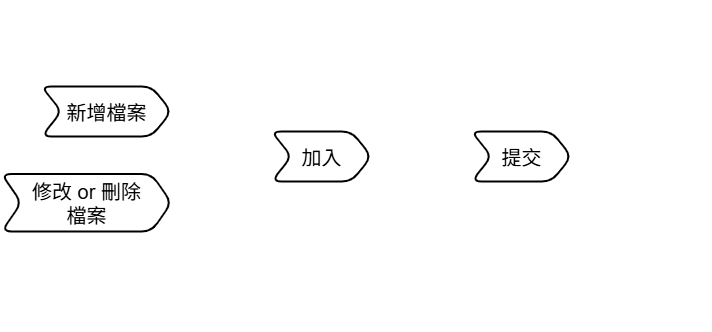
The draw.io diagram images/file_status.png in Li732375/git_note, before a commit. Source tidied: cells renumbered, new cells last; positions are measured from the earlier drawing's top-left corner, leaving out a move shared by most shapes.
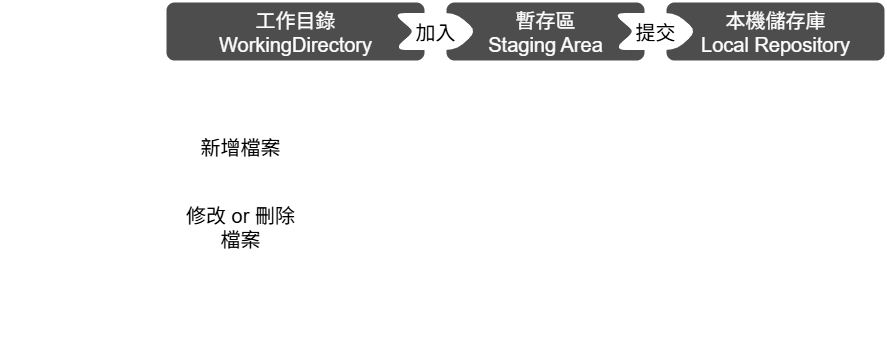
Above is the later version.

The edit, as a diff of the source:
```diff
@@ -2,41 +2,53 @@
   <root>
     <mxCell id="0" />
     <mxCell id="1" parent="0" />
-    <mxCell id="2" value="&lt;font style=&quot;font-size: 20px;&quot;&gt;工作目錄&lt;/font&gt;&lt;div&gt;&lt;font style=&quot;font-size: 20px;&quot;&gt;WorkingDirectory&lt;/font&gt;&lt;/div&gt;" style="rounded=1;whiteSpace=wrap;html=1;strokeWidth=2;fontColor=light-dark(#FFFFFF,#FFFFFF);strokeColor=light-dark(#FFFFFF,#FFFFFF);fillColor=none;" parent="1" vertex="1">
-      <mxGeometry x="40" width="270" height="60" as="geometry" />
+    <mxCell id="2" value="&lt;font style=&quot;font-size: 20px;&quot;&gt;工作目錄&lt;/font&gt;&lt;div&gt;&lt;font style=&quot;font-size: 20px;&quot;&gt;WorkingDirectory&lt;/font&gt;&lt;/div&gt;" style="rounded=1;whiteSpace=wrap;html=1;strokeWidth=2;fillColor=light-dark(#4D4D4D,#4D4D4D);fontColor=light-dark(#FFFFFF,#FFFFFF);strokeColor=light-dark(#FFFFFF,#FFFFFF);" parent="1" vertex="1">
+      <mxGeometry x="80" y="-60" width="260" height="60" as="geometry" />
     </mxCell>
-    <mxCell id="3" value="&lt;div&gt;&lt;span style=&quot;font-size: 20px;&quot;&gt;暫存區&lt;/span&gt;&lt;/div&gt;&lt;span style=&quot;font-size: 20px;&quot;&gt;Staging Area&lt;/span&gt;" style="rounded=1;whiteSpace=wrap;html=1;strokeWidth=2;fontColor=light-dark(#FFFFFF,#FFFFFF);strokeColor=light-dark(#FFFFFF,#FFFFFF);fillColor=none;" parent="1" vertex="1">
-      <mxGeometry x="320" width="190" height="60" as="geometry" />
+    <mxCell id="3" value="&lt;span style=&quot;font-size: 20px;&quot;&gt;暫存區&lt;/span&gt;&lt;div&gt;&lt;span style=&quot;font-size: 20px;&quot;&gt;Staging Area&lt;/span&gt;&lt;/div&gt;" style="rounded=1;whiteSpace=wrap;html=1;strokeWidth=2;fillColor=light-dark(#4D4D4D,#4D4D4D);fontColor=light-dark(#FFFFFF,#FFFFFF);strokeColor=light-dark(#FFFFFF,#FFFFFF);" parent="1" vertex="1">
+      <mxGeometry x="360" y="-60" width="200" height="60" as="geometry" />
     </mxCell>
-    <mxCell id="4" value="&lt;div&gt;&lt;span style=&quot;font-size: 20px;&quot;&gt;本機儲存庫&lt;/span&gt;&lt;/div&gt;&lt;span style=&quot;font-size: 20px;&quot;&gt;Local Repository&lt;/span&gt;" style="rounded=1;whiteSpace=wrap;html=1;strokeWidth=2;fontColor=light-dark(#FFFFFF,#FFFFFF);strokeColor=light-dark(#FFFFFF,#FFFFFF);fillColor=none;" parent="1" vertex="1">
-      <mxGeometry x="520" width="190" height="60" as="geometry" />
+    <mxCell id="4" value="&lt;span style=&quot;font-size: 20px;&quot;&gt;本機儲存庫&lt;/span&gt;&lt;div&gt;&lt;span style=&quot;font-size: 20px;&quot;&gt;Local Repository&lt;/span&gt;&lt;/div&gt;" style="rounded=1;whiteSpace=wrap;html=1;strokeWidth=2;fillColor=light-dark(#4D4D4D,#4D4D4D);fontColor=light-dark(#FFFFFF,#FFFFFF);strokeColor=light-dark(#FFFFFF,#FFFFFF);" parent="1" vertex="1">
+      <mxGeometry x="580" y="-60" width="220" height="60" as="geometry" />
     </mxCell>
-    <mxCell id="5" value="&lt;span style=&quot;font-size: 20px;&quot;&gt;未追蹤&lt;/span&gt;&lt;div&gt;&lt;span style=&quot;font-size: 20px;&quot;&gt;untracked&lt;/span&gt;&lt;/div&gt;" style="rounded=1;whiteSpace=wrap;html=1;strokeWidth=2;fontColor=light-dark(#FFFFFF,#FFFFFF);strokeColor=light-dark(#FFFFFF,#FFFFFF);fillColor=none;" parent="1" vertex="1">
-      <mxGeometry x="140" y="70" width="170" height="80" as="geometry" />
-    </mxCell>
+    <mxCell id="14" value="&lt;span style=&quot;font-size: 20px;&quot;&gt;未追蹤&lt;/span&gt;&lt;div&gt;&lt;span style=&quot;font-size: 20px;&quot;&gt;untracked&lt;/span&gt;&lt;/div&gt;" style="rounded=1;whiteSpace=wrap;html=1;strokeWidth=2;fillColor=none;fontColor=light-dark(#FFFFFF,#FFFFFF);strokeColor=light-dark(#FFFFFF,#FFFFFF);" parent="1" vertex="1">
+      <mxGeometry x="210" y="55" width="130" height="60" as="geometry" />
+    </mxCell>
-    <mxCell id="6" value="&lt;span style=&quot;font-size: 20px;&quot;&gt;已修改&lt;/span&gt;&lt;div&gt;&lt;span style=&quot;font-size: 20px;&quot;&gt;modified&lt;/span&gt;&lt;/div&gt;" style="rounded=1;whiteSpace=wrap;html=1;strokeWidth=2;fontColor=light-dark(#FFFFFF,#FFFFFF);strokeColor=light-dark(#FFFFFF,#FFFFFF);fillColor=none;" parent="1" vertex="1">
-      <mxGeometry x="140" y="160" width="170" height="80" as="geometry" />
+    <mxCell id="6" value="&lt;span style=&quot;font-size: 20px;&quot;&gt;已修改&lt;/span&gt;&lt;div&gt;&lt;span style=&quot;font-size: 20px;&quot;&gt;modified&lt;/span&gt;&lt;/div&gt;" style="rounded=1;whiteSpace=wrap;html=1;strokeWidth=2;fillColor=none;fontColor=light-dark(#FFFFFF,#FFFFFF);strokeColor=light-dark(#FFFFFF,#FFFFFF);" parent="1" vertex="1">
+      <mxGeometry x="210" y="135" width="130" height="60" as="geometry" />
     </mxCell>
-    <mxCell id="7" value="&lt;div&gt;&lt;span style=&quot;font-size: 20px;&quot;&gt;已暫存&lt;/span&gt;&lt;/div&gt;&lt;span style=&quot;font-size: 20px;&quot;&gt;staged&lt;/span&gt;" style="rounded=1;whiteSpace=wrap;html=1;strokeWidth=2;fontColor=light-dark(#FFFFFF,#FFFFFF);strokeColor=light-dark(#FFFFFF,#FFFFFF);fillColor=none;" parent="1" vertex="1">
-      <mxGeometry x="320" y="70" width="190" height="170" as="geometry" />
-    </mxCell>
-    <mxCell id="8" value="&lt;span style=&quot;font-size: 20px;&quot;&gt;已提交&lt;/span&gt;&lt;div&gt;&lt;span style=&quot;font-size: 20px;&quot;&gt;committed&lt;/span&gt;&lt;/div&gt;" style="rounded=1;whiteSpace=wrap;html=1;strokeWidth=2;fontColor=light-dark(#FFFFFF,#FFFFFF);strokeColor=light-dark(#FFFFFF,#FFFFFF);fillColor=none;" parent="1" vertex="1">
-      <mxGeometry x="520" y="70" width="190" height="170" as="geometry" />
-    </mxCell>
-    <mxCell id="9" value="&lt;span style=&quot;font-size: 20px;&quot;&gt;未修改&lt;/span&gt;&lt;div&gt;&lt;span style=&quot;font-size: 20px;&quot;&gt;unmodified&lt;/span&gt;&lt;/div&gt;" style="rounded=1;whiteSpace=wrap;html=1;strokeWidth=2;fontColor=light-dark(#FFFFFF,#FFFFFF);dashed=1;strokeColor=light-dark(#FFFFFF,#FFFFFF);fillColor=none;" parent="1" vertex="1">
-      <mxGeometry x="140" y="250" width="170" height="80" as="geometry" />
+    <mxCell id="9" value="&lt;span style=&quot;font-size: 20px;&quot;&gt;未修改&lt;/span&gt;&lt;div&gt;&lt;span style=&quot;font-size: 20px;&quot;&gt;unmodified&lt;/span&gt;&lt;/div&gt;" style="rounded=1;whiteSpace=wrap;html=1;strokeWidth=2;fillColor=none;dashed=1;dashPattern=1 2;fontColor=light-dark(#FFFFFF,#FFFFFF);strokeColor=light-dark(#FFFFFF,#FFFFFF);" parent="1" vertex="1">
+      <mxGeometry x="210" y="215" width="130" height="60" as="geometry" />
     </mxCell>
-    <mxCell id="10" value="&lt;font style=&quot;font-size: 20px;&quot;&gt;提交&lt;/font&gt;" style="shape=step;perimeter=stepPerimeter;whiteSpace=wrap;html=1;fixedSize=1;rounded=1;strokeColor=default;strokeWidth=2;align=center;verticalAlign=middle;fontFamily=Helvetica;fontSize=12;fontColor=default;fillColor=default;" parent="1" vertex="1">
-      <mxGeometry x="470" y="130" width="100" height="50" as="geometry" />
-    </mxCell>
-    <mxCell id="11" value="&lt;font style=&quot;font-size: 20px;&quot;&gt;加入&lt;/font&gt;" style="shape=step;perimeter=stepPerimeter;whiteSpace=wrap;html=1;fixedSize=1;rounded=1;strokeColor=default;strokeWidth=2;align=center;verticalAlign=middle;fontFamily=Helvetica;fontSize=12;fontColor=default;fillColor=default;" parent="1" vertex="1">
-      <mxGeometry x="270" y="130" width="100" height="50" as="geometry" />
-    </mxCell>
+    <mxCell id="15" value="&lt;span style=&quot;font-size: 20px;&quot;&gt;未追蹤&lt;/span&gt;&lt;div&gt;&lt;span style=&quot;font-size: 20px;&quot;&gt;untracked&lt;/span&gt;&lt;/div&gt;" style="rounded=1;whiteSpace=wrap;html=1;strokeWidth=2;fillColor=none;fontColor=light-dark(#FFFFFF,#FFFFFF);strokeColor=light-dark(#FFFFFF,#FFFFFF);" parent="1" vertex="1">
+      <mxGeometry x="360" y="55" width="200" height="220" as="geometry" />
+    </mxCell>
+    <mxCell id="16" value="&lt;span style=&quot;font-size: 20px;&quot;&gt;已提交&lt;/span&gt;&lt;div&gt;&lt;span style=&quot;font-size: 20px;&quot;&gt;commited&lt;/span&gt;&lt;/div&gt;" style="rounded=1;whiteSpace=wrap;html=1;strokeWidth=2;fillColor=none;fontColor=light-dark(#FFFFFF,#FFFFFF);strokeColor=light-dark(#FFFFFF,#FFFFFF);" parent="1" vertex="1">
+      <mxGeometry x="580" y="55" width="220" height="220" as="geometry" />
+    </mxCell>
-    <mxCell id="12" value="&lt;font style=&quot;font-size: 20px;&quot;&gt;新增檔案&lt;/font&gt;" style="shape=step;perimeter=stepPerimeter;whiteSpace=wrap;html=1;fixedSize=1;rounded=1;strokeColor=default;strokeWidth=2;align=center;verticalAlign=middle;fontFamily=Helvetica;fontSize=12;fontColor=default;fillColor=default;" parent="1" vertex="1">
-      <mxGeometry x="40" y="85" width="130" height="50" as="geometry" />
+    <mxCell id="12" value="&lt;font style=&quot;color: light-dark(rgb(0, 0, 0), rgb(0, 0, 0)); font-size: 20px;&quot;&gt;新增檔案&lt;/font&gt;" style="shape=step;perimeter=stepPerimeter;whiteSpace=wrap;html=1;fixedSize=1;rounded=1;strokeColor=light-dark(#FFFFFF,#FFFFFF);strokeWidth=2;align=center;verticalAlign=middle;fontFamily=Helvetica;fontSize=12;fontColor=default;fillColor=light-dark(#FFFFFF,#FFFFFF);" parent="1" vertex="1">
+      <mxGeometry x="80" y="65" width="150" height="40" as="geometry" />
     </mxCell>
-    <mxCell id="13" value="&lt;font style=&quot;font-size: 20px;&quot;&gt;修改 or 刪除&lt;/font&gt;&lt;div&gt;&lt;font style=&quot;font-size: 20px;&quot;&gt;檔案&lt;/font&gt;&lt;/div&gt;" style="shape=step;perimeter=stepPerimeter;whiteSpace=wrap;html=1;fixedSize=1;rounded=1;strokeColor=default;strokeWidth=2;align=center;verticalAlign=middle;fontFamily=Helvetica;fontSize=12;fontColor=default;fillColor=default;" parent="1" vertex="1">
-      <mxGeometry y="172.5" width="170" height="57.5" as="geometry" />
+    <mxCell id="13" value="&lt;font style=&quot;color: light-dark(rgb(0, 0, 0), rgb(0, 0, 0)); font-size: 20px;&quot;&gt;修改 or 刪除&lt;/font&gt;&lt;div&gt;&lt;font style=&quot;color: light-dark(rgb(0, 0, 0), rgb(0, 0, 0)); font-size: 20px;&quot;&gt;檔案&lt;/font&gt;&lt;/div&gt;" style="shape=step;perimeter=stepPerimeter;whiteSpace=wrap;html=1;fixedSize=1;rounded=1;strokeColor=light-dark(#FFFFFF,#FFFFFF);strokeWidth=2;align=center;verticalAlign=middle;fontFamily=Helvetica;fontSize=12;fontColor=default;fillColor=light-dark(#FFFFFF,#FFFFFF);" parent="1" vertex="1">
+      <mxGeometry x="80" y="140" width="150" height="50" as="geometry" />
     </mxCell>
+    <mxCell id="11" value="&lt;font style=&quot;color: light-dark(rgb(0, 0, 0), rgb(0, 0, 0));&quot;&gt;&lt;span style=&quot;font-size: 20px;&quot;&gt;加入&lt;/span&gt;&lt;/font&gt;" style="shape=step;perimeter=stepPerimeter;whiteSpace=wrap;html=1;fixedSize=1;rounded=1;strokeColor=light-dark(#FFFFFF,#FFFFFF);strokeWidth=2;align=center;verticalAlign=middle;fontFamily=Helvetica;fontSize=12;fontColor=default;fillColor=light-dark(#FFFFFF,#FFFFFF);" parent="1" vertex="1">
+      <mxGeometry x="310" y="-47.5" width="80" height="35" as="geometry" />
+    </mxCell>
+    <mxCell id="10" value="&lt;font style=&quot;color: light-dark(rgb(0, 0, 0), rgb(0, 0, 0));&quot;&gt;&lt;span style=&quot;font-size: 20px;&quot;&gt;提交&lt;/span&gt;&lt;/font&gt;" style="shape=step;perimeter=stepPerimeter;whiteSpace=wrap;html=1;fixedSize=1;rounded=1;strokeColor=light-dark(#FFFFFF,#FFFFFF);strokeWidth=2;align=center;verticalAlign=middle;fontFamily=Helvetica;fontSize=12;fontColor=default;fillColor=light-dark(#FFFFFF,#FFFFFF);" parent="1" vertex="1">
+      <mxGeometry x="530" y="-47.5" width="80" height="35" as="geometry" />
+    </mxCell>
+    <mxCell id="17" value="&lt;font style=&quot;font-size: 25px;&quot;&gt;區域&lt;/font&gt;" style="text;html=1;align=center;verticalAlign=middle;whiteSpace=wrap;rounded=0;fontFamily=Helvetica;fontSize=12;fontColor=light-dark(#FFFFFF,#FFFFFF);" parent="1" vertex="1">
+      <mxGeometry x="-80" y="-47.5" width="110" height="30" as="geometry" />
+    </mxCell>
+    <mxCell id="18" value="&lt;font style=&quot;font-size: 25px;&quot;&gt;檔案狀態&lt;/font&gt;" style="text;html=1;align=center;verticalAlign=middle;whiteSpace=wrap;rounded=0;fontFamily=Helvetica;fontSize=12;fontColor=light-dark(#FFFFFF,#FFFFFF);" parent="1" vertex="1">
+      <mxGeometry x="-80" y="150" width="110" height="30" as="geometry" />
+    </mxCell>
+    <mxCell id="19" style="shape=link;html=1;rounded=0;fontFamily=Helvetica;fontSize=12;fontColor=light-dark(#FFFFFF,#FFFFFF);strokeColor=light-dark(#FFFFFF,#FFFFFF);" parent="1" edge="1">
+      <mxGeometry relative="1" as="geometry">
+        <mxPoint x="-85" y="29" as="sourcePoint" />
+        <mxPoint x="800" y="29" as="targetPoint" />
+      </mxGeometry>
+    </mxCell>
   </root>
 </mxGraphModel>
```
